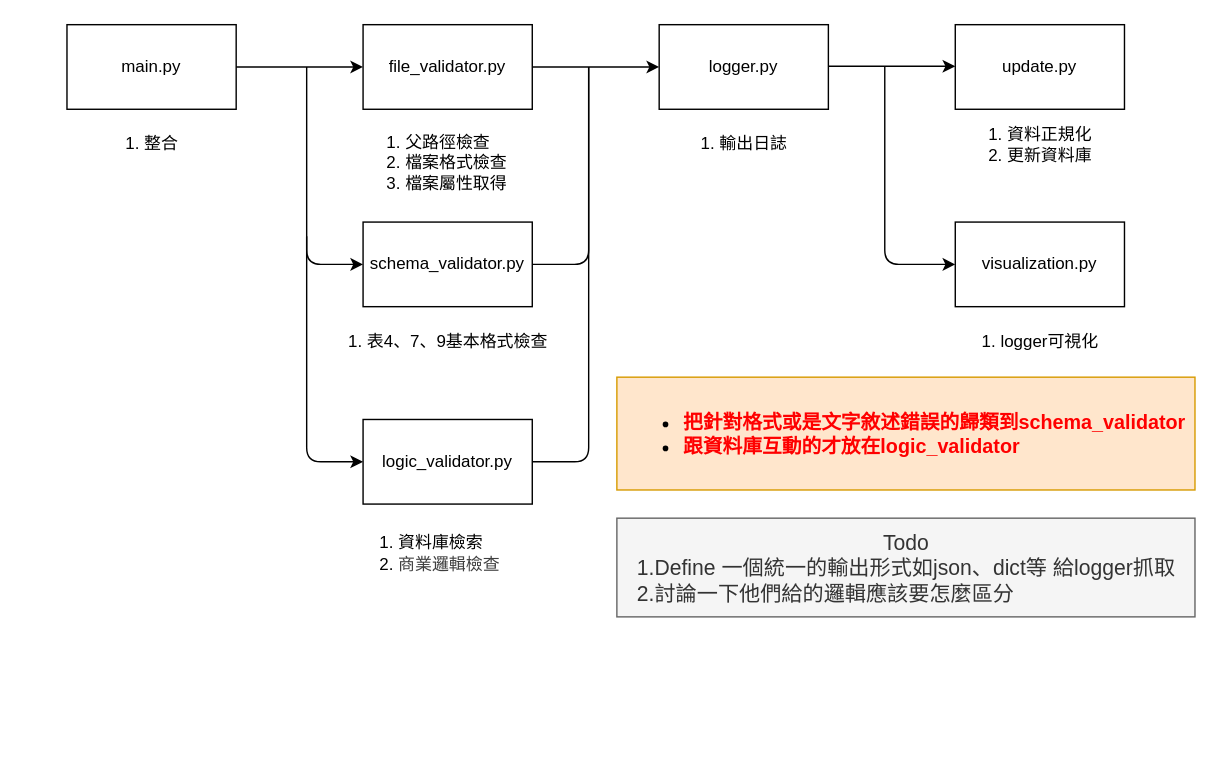
Above: page "流程圖" (2 of 2) of system_architecture.drawio in DarriusChen/paybility (draw.io), before the change. Source tidied: cells renumbered, new cells numbered last; positions are measured from the earlier drawing's top-left corner, leaving out a move shared by most shapes. Both pictures are drawn from the tidied source at 141%, with x=0, y=0 at pixel (66, 24).
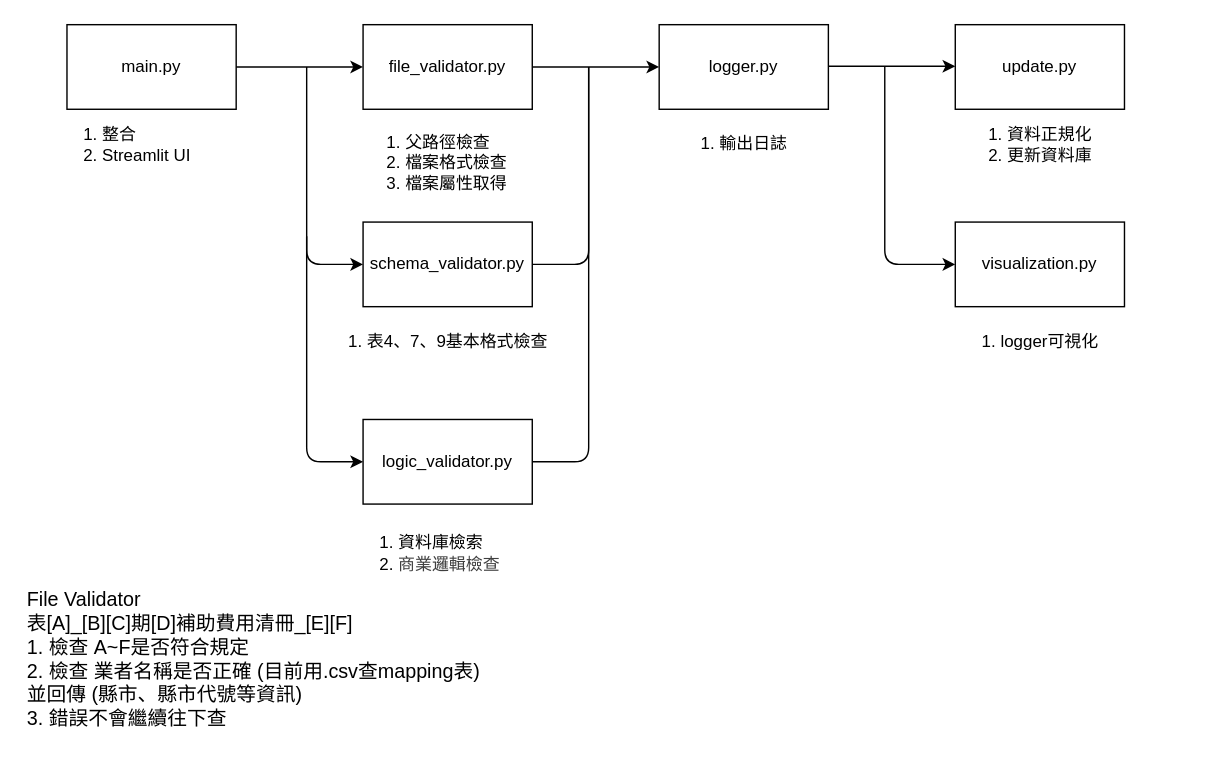
The same diagram, later.

Diff of the diagram source:
```diff
@@
-    <mxCell id="12" value="1. 整合" style="text;html=1;align=center;verticalAlign=middle;strokeColor=none;fillColor=none;" parent="1" vertex="1">
-      <mxGeometry x="30" y="70" width="60" height="30" as="geometry" />
+    <mxCell id="12" value="1. 整合&lt;br&gt;2. Streamlit UI" style="text;html=1;align=left;verticalAlign=middle;strokeColor=none;fillColor=none;" parent="1" vertex="1">
+      <mxGeometry x="10" y="65" width="100" height="40" as="geometry" />
     </mxCell>
@@
-    <mxCell id="18" value="&lt;div style=&quot;text-align: left;&quot;&gt;&lt;ul&gt;&lt;li&gt;&lt;font style=&quot;color: rgb(255, 0, 0); font-size: 14px;&quot;&gt;把針對格式或是文字敘述錯誤的歸類到schema_validator&lt;/font&gt;&lt;/li&gt;&lt;li&gt;&lt;font style=&quot;color: rgb(255, 0, 0); font-size: 14px;&quot;&gt;跟資料庫互動的才放在logic_validator&lt;/font&gt;&lt;/li&gt;&lt;/ul&gt;&lt;/div&gt;" style="text;html=1;align=center;verticalAlign=middle;fontStyle=1;fillColor=#ffe6cc;strokeColor=#d79b00;" parent="1" vertex="1">
-      <mxGeometry x="390" y="250" width="410" height="80" as="geometry" />
-    </mxCell>
-    <mxCell id="19" value="&lt;font style=&quot;font-size: 15px;&quot;&gt;Todo&lt;br&gt;&lt;div style=&quot;text-align: left;&quot;&gt;&lt;span style=&quot;background-color: transparent;&quot;&gt;1.Define 一個統一的輸出形式如json、dict等 給logger抓取&lt;/span&gt;&lt;/div&gt;&lt;div style=&quot;text-align: left;&quot;&gt;&lt;span style=&quot;background-color: transparent;&quot;&gt;2.討論一下他們給的邏輯應該要怎麼區分&lt;/span&gt;&lt;/div&gt;&lt;/font&gt;" style="text;html=1;align=center;verticalAlign=middle;strokeColor=#666666;fillColor=#f5f5f5;fontColor=#333333;" parent="1" vertex="1">
-      <mxGeometry x="390" y="350" width="410" height="70" as="geometry" />
-    </mxCell>
@@
+    <mxCell id="26" value="&lt;font style=&quot;font-size: 14px;&quot;&gt;File Validator&lt;br&gt;表[A]_[B][C]期[D]補助費用清冊_[E][F]&lt;br&gt;1. 檢查 A~F是否符合規定&lt;br&gt;2. 檢查 業者名稱是否正確 (目前用.csv查mapping表)&lt;br&gt;並回傳 (縣市、縣市代號等資訊)&lt;br&gt;3. 錯誤不會繼續往下查&lt;/font&gt;" style="text;html=1;align=left;verticalAlign=middle;strokeColor=none;fillColor=none;" parent="1" vertex="1">
+      <mxGeometry x="-30" y="395" width="340" height="110" as="geometry" />
+    </mxCell>
```
